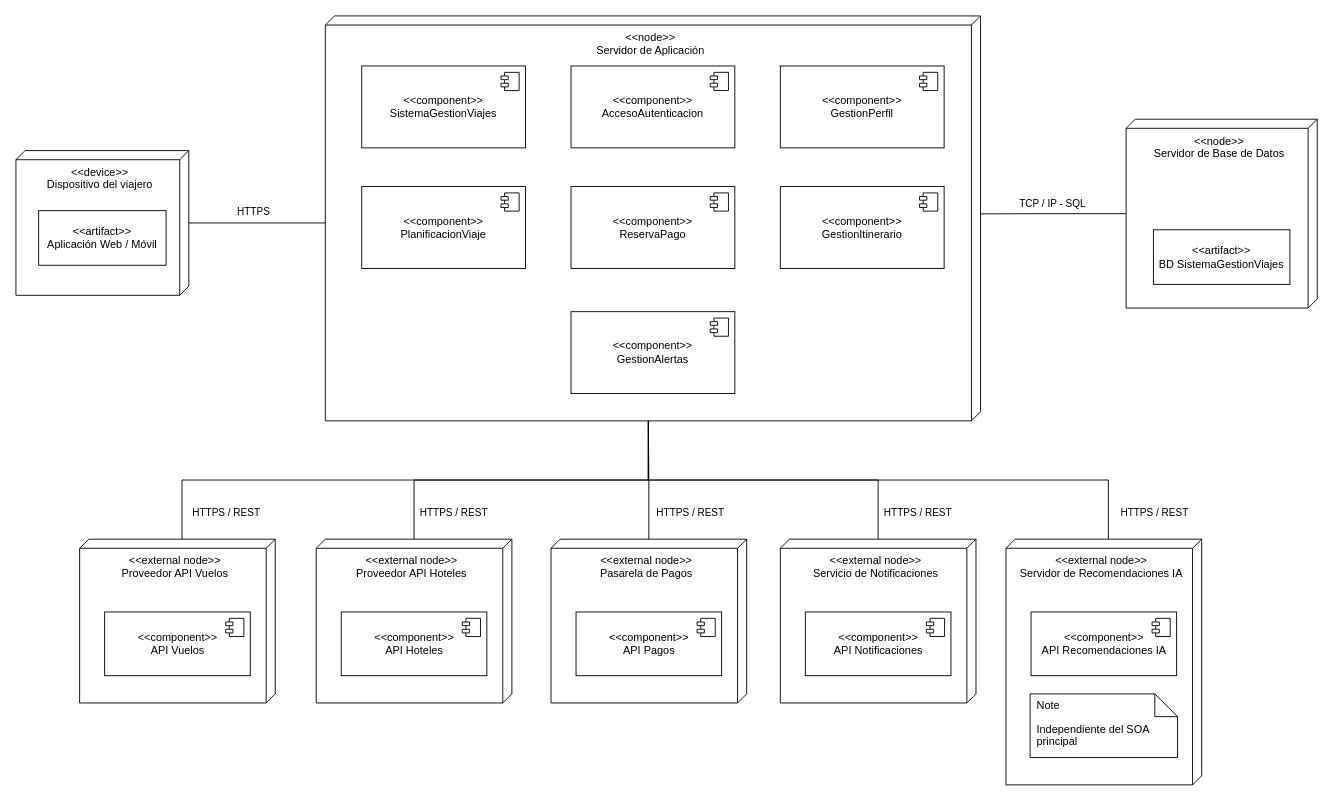
Above: Diagramas/07_Diagrama_Despliegue/Diagrama_despliegue.drawio in jdcamargo2/Sistema-gestion-viajes (draw.io), before the change. Source tidied: cells renumbered, new cells numbered last; positions are measured from the earlier drawing's top-left corner, leaving out a move shared by most shapes. Both pictures are drawn from the tidied source at 91%, with x=0, y=0 at pixel (15, 15).
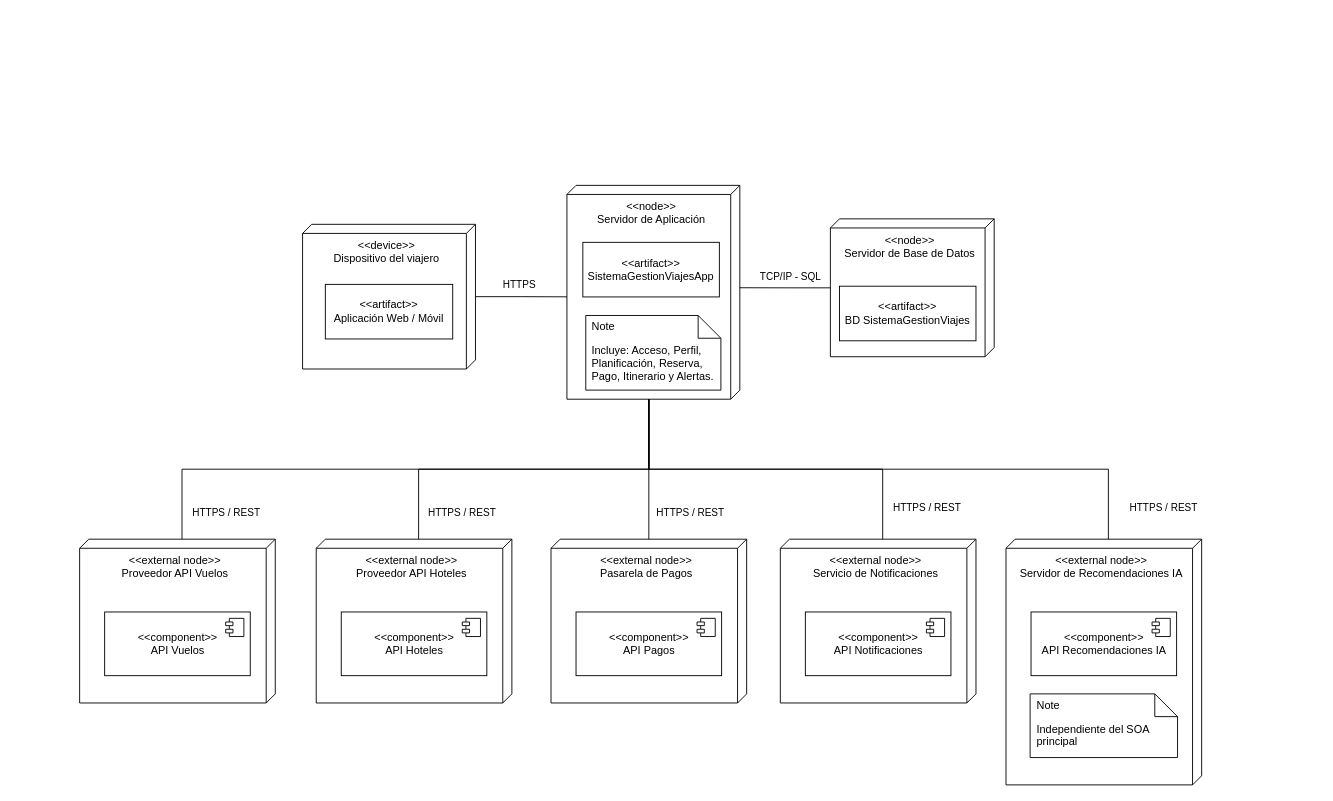
Above is the later version.

Unchanged cells that the change refers to:
```xml
<mxCell id="25" value="&lt;div&gt;&amp;lt;&amp;lt;external node&amp;gt;&amp;gt;&lt;br&gt;&lt;/div&gt;&lt;div&gt;Proveedor API Vuelos&lt;/div&gt;" style="verticalAlign=top;align=center;shape=cube;size=10;direction=south;fontStyle=0;html=1;boundedLbl=1;spacingLeft=5;whiteSpace=wrap;" parent="1" vertex="1">
  <mxGeometry x="70" y="575" width="215" height="180" as="geometry" />
</mxCell>
<mxCell id="28" value="&amp;lt;&amp;lt;external node&amp;gt;&amp;gt;&lt;br&gt;Proveedor API Hoteles" style="verticalAlign=top;align=center;shape=cube;size=10;direction=south;fontStyle=0;html=1;boundedLbl=1;spacingLeft=5;whiteSpace=wrap;" parent="1" vertex="1">
  <mxGeometry x="330" y="575" width="215" height="180" as="geometry" />
</mxCell>
<mxCell id="31" value="&amp;lt;&amp;lt;external node&amp;gt;&amp;gt;&lt;br&gt;Pasarela de Pagos" style="verticalAlign=top;align=center;shape=cube;size=10;direction=south;fontStyle=0;html=1;boundedLbl=1;spacingLeft=5;whiteSpace=wrap;" parent="1" vertex="1">
  <mxGeometry x="588" y="575" width="215" height="180" as="geometry" />
</mxCell>
<mxCell id="34" value="&amp;lt;&amp;lt;external node&amp;gt;&amp;gt;&lt;br&gt;Servicio de Notificaciones" style="verticalAlign=top;align=center;shape=cube;size=10;direction=south;fontStyle=0;html=1;boundedLbl=1;spacingLeft=5;whiteSpace=wrap;" parent="1" vertex="1">
  <mxGeometry x="840" y="575" width="215" height="180" as="geometry" />
</mxCell>
<mxCell id="37" value="&lt;div&gt;&amp;lt;&amp;lt;external node&amp;gt;&amp;gt;&lt;/div&gt;&lt;div&gt;Servidor de Recomendaciones IA&lt;/div&gt;" style="verticalAlign=top;align=center;shape=cube;size=10;direction=south;fontStyle=0;html=1;boundedLbl=1;spacingLeft=5;whiteSpace=wrap;" parent="1" vertex="1">
  <mxGeometry x="1088" y="575" width="215" height="270" as="geometry" />
</mxCell>
```

The edit, as a diff of the source:
```diff
@@
     <mxCell id="2" value="&lt;div&gt;&amp;lt;&amp;lt;device&amp;gt;&amp;gt;&lt;/div&gt;&lt;div&gt;Dispositivo del viajero&lt;/div&gt;" style="verticalAlign=top;align=center;shape=cube;size=10;direction=south;fontStyle=0;html=1;boundedLbl=1;spacingLeft=5;whiteSpace=wrap;" parent="1" vertex="1">
-      <mxGeometry y="148" width="190" height="159" as="geometry" />
+      <mxGeometry x="315" y="229" width="190" height="159" as="geometry" />
     </mxCell>
     <mxCell id="3" value="&amp;lt;&amp;lt;artifact&amp;gt;&amp;gt;&lt;br&gt;Aplicación Web / Móvil" style="html=1;align=center;verticalAlign=middle;dashed=0;whiteSpace=wrap;" parent="1" vertex="1">
-      <mxGeometry x="25" y="214" width="140" height="60" as="geometry" />
+      <mxGeometry x="340" y="295" width="140" height="60" as="geometry" />
     </mxCell>
     <mxCell id="4" value="&lt;div align=&quot;center&quot;&gt;&amp;lt;&amp;lt;node&amp;gt;&amp;gt;&lt;/div&gt;&lt;div align=&quot;center&quot;&gt;Servidor de Aplicación&lt;/div&gt;" style="verticalAlign=top;align=center;shape=cube;size=10;direction=south;fontStyle=0;html=1;boundedLbl=1;spacingLeft=5;whiteSpace=wrap;" parent="1" vertex="1">
-      <mxGeometry x="340" width="720" height="445" as="geometry" />
+      <mxGeometry x="605.5" y="186.2" width="190" height="235" as="geometry" />
     </mxCell>
-    <mxCell id="5" style="edgeStyle=orthogonalEdgeStyle;rounded=0;jettySize=auto;html=1;entryX=0;entryY=0;entryDx=227.5;entryDy=720;entryPerimeter=0;endArrow=none;endFill=0;" parent="1" edge="1" source="2" target="4">
+    <mxCell id="5" style="edgeStyle=orthogonalEdgeStyle;rounded=0;jettySize=auto;html=1;endArrow=none;endFill=0;entryX=0;entryY=0;entryDx=122.49999999999999;entryDy=190;entryPerimeter=0;" parent="1" edge="1" source="2" target="4">
       <mxGeometry relative="1" as="geometry" />
     </mxCell>
@@
-    <mxCell id="7" value="&amp;lt;&amp;lt;component&amp;gt;&amp;gt; SistemaGestionViajes" style="html=1;whiteSpace=wrap;" parent="1" vertex="1">
-      <mxGeometry x="380" y="55" width="180" height="90" as="geometry" />
-    </mxCell>
-    <mxCell id="8" style="shape=module;jettyWidth=8;jettyHeight=4;" parent="7" vertex="1">
-      <mxGeometry x="1" width="20" height="20" relative="1" as="geometry">
-        <mxPoint x="-27" y="7" as="offset" />
-      </mxGeometry>
-    </mxCell>
-    <mxCell id="9" value="&lt;div&gt;&amp;lt;&amp;lt;component&amp;gt;&amp;gt;&lt;/div&gt;&lt;div&gt;AccesoAutenticacion&lt;/div&gt;" style="html=1;whiteSpace=wrap;" parent="1" vertex="1">
-      <mxGeometry x="610" y="55" width="180" height="90" as="geometry" />
-    </mxCell>
-    <mxCell id="10" style="shape=module;jettyWidth=8;jettyHeight=4;" parent="9" vertex="1">
-      <mxGeometry x="1" width="20" height="20" relative="1" as="geometry">
-        <mxPoint x="-27" y="7" as="offset" />
-      </mxGeometry>
-    </mxCell>
-    <mxCell id="11" value="&lt;div&gt;&amp;lt;&amp;lt;component&amp;gt;&amp;gt;&lt;/div&gt;&lt;div&gt;ReservaPago&lt;/div&gt;" style="html=1;whiteSpace=wrap;" parent="1" vertex="1">
-      <mxGeometry x="610" y="187.5" width="180" height="90" as="geometry" />
-    </mxCell>
-    <mxCell id="12" style="shape=module;jettyWidth=8;jettyHeight=4;" parent="11" vertex="1">
-      <mxGeometry x="1" width="20" height="20" relative="1" as="geometry">
-        <mxPoint x="-27" y="7" as="offset" />
-      </mxGeometry>
-    </mxCell>
-    <mxCell id="13" value="&lt;div&gt;&amp;lt;&amp;lt;component&amp;gt;&amp;gt;&lt;/div&gt;&lt;div&gt;PlanificacionViaje&lt;/div&gt;" style="html=1;whiteSpace=wrap;" parent="1" vertex="1">
-      <mxGeometry x="380" y="187.5" width="180" height="90" as="geometry" />
-    </mxCell>
-    <mxCell id="14" style="shape=module;jettyWidth=8;jettyHeight=4;" parent="13" vertex="1">
-      <mxGeometry x="1" width="20" height="20" relative="1" as="geometry">
-        <mxPoint x="-27" y="7" as="offset" />
-      </mxGeometry>
-    </mxCell>
-    <mxCell id="15" value="&lt;div&gt;&amp;lt;&amp;lt;component&amp;gt;&amp;gt;&lt;/div&gt;&lt;div&gt;GestionPerfil&lt;/div&gt;" style="html=1;whiteSpace=wrap;" parent="1" vertex="1">
-      <mxGeometry x="840" y="55" width="180" height="90" as="geometry" />
-    </mxCell>
-    <mxCell id="16" style="shape=module;jettyWidth=8;jettyHeight=4;" parent="15" vertex="1">
-      <mxGeometry x="1" width="20" height="20" relative="1" as="geometry">
-        <mxPoint x="-27" y="7" as="offset" />
-      </mxGeometry>
-    </mxCell>
-    <mxCell id="17" value="&lt;div&gt;&amp;lt;&amp;lt;component&amp;gt;&amp;gt;&lt;/div&gt;&lt;div&gt;GestionItinerario&lt;/div&gt;" style="html=1;whiteSpace=wrap;" parent="1" vertex="1">
-      <mxGeometry x="840" y="187.5" width="180" height="90" as="geometry" />
-    </mxCell>
-    <mxCell id="18" style="shape=module;jettyWidth=8;jettyHeight=4;" parent="17" vertex="1">
-      <mxGeometry x="1" width="20" height="20" relative="1" as="geometry">
-        <mxPoint x="-27" y="7" as="offset" />
-      </mxGeometry>
-    </mxCell>
-    <mxCell id="19" value="&lt;div&gt;&amp;lt;&amp;lt;component&amp;gt;&amp;gt;&lt;/div&gt;&lt;div&gt;GestionAlertas&lt;/div&gt;" style="html=1;whiteSpace=wrap;" parent="1" vertex="1">
-      <mxGeometry x="610" y="325" width="180" height="90" as="geometry" />
-    </mxCell>
-    <mxCell id="20" style="shape=module;jettyWidth=8;jettyHeight=4;" parent="19" vertex="1">
-      <mxGeometry x="1" width="20" height="20" relative="1" as="geometry">
-        <mxPoint x="-27" y="7" as="offset" />
-      </mxGeometry>
-    </mxCell>
     <mxCell id="21" value="&lt;div align=&quot;center&quot;&gt;&lt;span&gt;&amp;lt;&amp;lt;node&amp;gt;&amp;gt;&lt;/span&gt;&lt;br&gt;&lt;div&gt;&lt;span&gt;Servidor de Base de Datos&lt;/span&gt;&lt;/div&gt;&lt;/div&gt;" style="verticalAlign=top;align=center;shape=cube;size=10;direction=south;fontStyle=0;html=1;boundedLbl=1;spacingLeft=5;whiteSpace=wrap;" parent="1" vertex="1">
-      <mxGeometry x="1220" y="113.5" width="210" height="207.5" as="geometry" />
+      <mxGeometry x="895" y="223" width="180" height="151.5" as="geometry" />
     </mxCell>
     <mxCell id="22" value="&amp;lt;&amp;lt;artifact&amp;gt;&amp;gt;&lt;br&gt;BD SistemaGestionViajes" style="html=1;align=center;verticalAlign=middle;dashed=0;whiteSpace=wrap;" parent="1" vertex="1">
-      <mxGeometry x="1250" y="235" width="150" height="60" as="geometry" />
+      <mxGeometry x="905" y="297" width="150" height="60" as="geometry" />
     </mxCell>
-    <mxCell id="23" style="edgeStyle=orthogonalEdgeStyle;rounded=0;jettySize=auto;html=1;entryX=0;entryY=0;entryDx=217.5;entryDy=0;entryPerimeter=0;endArrow=none;endFill=0;" parent="1" edge="1" source="21" target="4">
+    <mxCell id="23" style="edgeStyle=orthogonalEdgeStyle;rounded=0;jettySize=auto;html=1;endArrow=none;endFill=0;entryX=0;entryY=0;entryDx=112.49999999999999;entryDy=0;entryPerimeter=0;" parent="1" edge="1" source="21" target="4">
       <mxGeometry relative="1" as="geometry" />
     </mxCell>
-    <mxCell id="24" value="TCP / IP - SQL" style="edgeLabel;html=1;align=center;verticalAlign=middle;" parent="23" vertex="1">
+    <mxCell id="24" value="TCP/IP - SQL" style="edgeLabel;html=1;align=center;verticalAlign=middle;" parent="23" vertex="1">
       <mxGeometry x="0.24" y="-1" relative="1" as="geometry">
         <mxPoint x="17" y="-11" as="offset" />
       </mxGeometry>
     </mxCell>
@@
-    <mxCell id="40" style="edgeStyle=orthogonalEdgeStyle;rounded=0;jettySize=auto;html=1;entryX=0;entryY=0;entryDx=445;entryDy=365;entryPerimeter=0;exitX=0;exitY=0;exitDx=0;exitDy=102.5;exitPerimeter=0;endArrow=none;endFill=0;" parent="1" edge="1" source="25" target="4">
-      <mxGeometry relative="1" as="geometry" />
-    </mxCell>
-    <mxCell id="41" style="edgeStyle=orthogonalEdgeStyle;rounded=0;jettySize=auto;html=1;entryX=0;entryY=0;entryDx=445;entryDy=365;entryPerimeter=0;endArrow=none;endFill=0;" parent="1" edge="1" source="28" target="4">
-      <mxGeometry relative="1" as="geometry" />
-    </mxCell>
-    <mxCell id="42" style="edgeStyle=orthogonalEdgeStyle;rounded=0;jettySize=auto;html=1;entryX=0;entryY=0;entryDx=445;entryDy=365;entryPerimeter=0;endArrow=none;endFill=0;" parent="1" edge="1" source="31" target="4">
-      <mxGeometry relative="1" as="geometry" />
-    </mxCell>
-    <mxCell id="43" style="edgeStyle=orthogonalEdgeStyle;rounded=0;jettySize=auto;html=1;entryX=0;entryY=0;entryDx=445;entryDy=365;entryPerimeter=0;endArrow=none;endFill=0;" parent="1" edge="1" source="34" target="4">
-      <mxGeometry relative="1" as="geometry" />
-    </mxCell>
-    <mxCell id="44" style="edgeStyle=orthogonalEdgeStyle;rounded=0;jettySize=auto;html=1;entryX=0;entryY=0;entryDx=445;entryDy=365;entryPerimeter=0;exitX=0;exitY=0;exitDx=0;exitDy=102.5;exitPerimeter=0;endArrow=none;endFill=0;" parent="1" edge="1" source="37" target="4">
-      <mxGeometry relative="1" as="geometry" />
-    </mxCell>
@@
     <mxCell id="47" value="HTTPS / REST" style="edgeLabel;html=1;align=center;verticalAlign=middle;" parent="1" vertex="1">
-      <mxGeometry x="990" y="545" as="geometry" />
+      <mxGeometry x="1000" y="540" as="geometry" />
     </mxCell>
     <mxCell id="48" value="HTTPS / REST" style="edgeLabel;html=1;align=center;verticalAlign=middle;" parent="1" vertex="1">
-      <mxGeometry x="1250" y="545" as="geometry" />
+      <mxGeometry x="1260" y="540" as="geometry" />
     </mxCell>
@@
     <mxCell id="50" value="HTTPS / REST" style="edgeLabel;html=1;align=center;verticalAlign=middle;" parent="1" vertex="1">
-      <mxGeometry x="480" y="545" as="geometry" />
+      <mxGeometry x="480" y="545" as="geometry">
+        <mxPoint x="9" as="offset" />
+      </mxGeometry>
     </mxCell>
@@
+    <mxCell id="52" value="&lt;div&gt;&amp;lt;&amp;lt;artifact&amp;gt;&amp;gt;&lt;/div&gt;&lt;div&gt;SistemaGestionViajesApp&lt;/div&gt;" style="html=1;align=center;verticalAlign=middle;dashed=0;whiteSpace=wrap;" parent="1" vertex="1">
+      <mxGeometry x="623" y="248.8" width="150" height="60" as="geometry" />
+    </mxCell>
+    <mxCell id="53" value="Incluye: Acceso, Perfil, Planificación, Reserva, Pago, Itinerario y Alertas." style="shape=note2;boundedLbl=1;whiteSpace=wrap;html=1;size=25;verticalAlign=top;align=left;spacingLeft=5;" parent="1" vertex="1">
+      <mxGeometry x="626.2" y="329.2" width="148.5" height="82" as="geometry" />
+    </mxCell>
+    <mxCell id="54" value="Note" style="strokeColor=none;fillColor=none;align=left;spacingLeft=5;whiteSpace=wrap;html=1;" parent="53" vertex="1">
+      <mxGeometry width="148.5" height="25" relative="1" as="geometry" />
+    </mxCell>
+    <mxCell id="42" style="edgeStyle=orthogonalEdgeStyle;rounded=0;jettySize=auto;html=1;entryX=0;entryY=0;entryDx=235;entryDy=100;entryPerimeter=0;endArrow=none;endFill=0;" parent="1" edge="1" source="31" target="4">
+      <mxGeometry relative="1" as="geometry" />
+    </mxCell>
+    <mxCell id="43" style="edgeStyle=orthogonalEdgeStyle;rounded=0;jettySize=auto;html=1;entryX=0;entryY=0;entryDx=235;entryDy=100;entryPerimeter=0;endArrow=none;endFill=0;exitX=0;exitY=0;exitDx=0;exitDy=102.5;exitPerimeter=0;" parent="1" edge="1" source="34" target="4">
+      <mxGeometry relative="1" as="geometry" />
+    </mxCell>
+    <mxCell id="44" style="edgeStyle=orthogonalEdgeStyle;rounded=0;jettySize=auto;html=1;entryX=0;entryY=0;entryDx=235;entryDy=100;entryPerimeter=0;exitX=0;exitY=0;exitDx=0;exitDy=102.5;exitPerimeter=0;endArrow=none;endFill=0;" parent="1" edge="1" source="37" target="4">
+      <mxGeometry relative="1" as="geometry" />
+    </mxCell>
+    <mxCell id="41" style="edgeStyle=orthogonalEdgeStyle;rounded=0;jettySize=auto;html=1;entryX=0;entryY=0;entryDx=235;entryDy=100;entryPerimeter=0;exitX=0;exitY=0;exitDx=0;exitDy=102.5;exitPerimeter=0;endArrow=none;endFill=0;" parent="1" edge="1" source="28" target="4">
+      <mxGeometry relative="1" as="geometry" />
+    </mxCell>
+    <mxCell id="40" style="edgeStyle=orthogonalEdgeStyle;rounded=0;jettySize=auto;html=1;entryX=0;entryY=0;entryDx=235;entryDy=100;entryPerimeter=0;exitX=0;exitY=0;exitDx=0;exitDy=102.5;exitPerimeter=0;endArrow=none;endFill=0;" parent="1" edge="1" source="25" target="4">
+      <mxGeometry relative="1" as="geometry" />
+    </mxCell>
```
